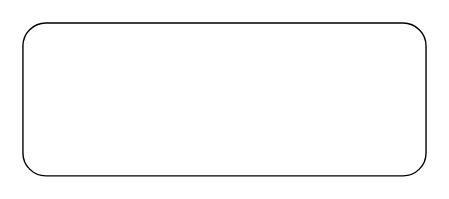
Before: 未命名绘图.drawio in INYXIN/draw.io, a draw.io diagram. Source tidied: cells renumbered, new cells numbered last; positions are measured from the earlier drawing's top-left corner, leaving out a move shared by most shapes. Both pictures are drawn from the tidied source at 139%, with x=0, y=0 at pixel (22, 22).
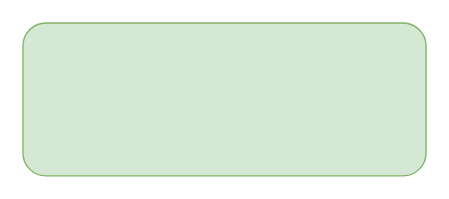
Above is the later version.

Commit message (it also covers changes not shown here):
更新未命名绘图.drawio

The edit, as a diff of the source:
```diff
@@
 <mxGraphModel>
   <root>
     <mxCell id="0" />
     <mxCell id="1" parent="0" />
-    <mxCell id="2" style="rounded=1;whiteSpace=wrap;html=1;" parent="1" vertex="1">
+    <mxCell id="2" style="rounded=1;whiteSpace=wrap;html=1;fillColor=#d5e8d4;strokeColor=#82b366;" parent="1" vertex="1">
       <mxGeometry width="290" height="110" as="geometry" />
     </mxCell>
   </root>
 </mxGraphModel>
```
